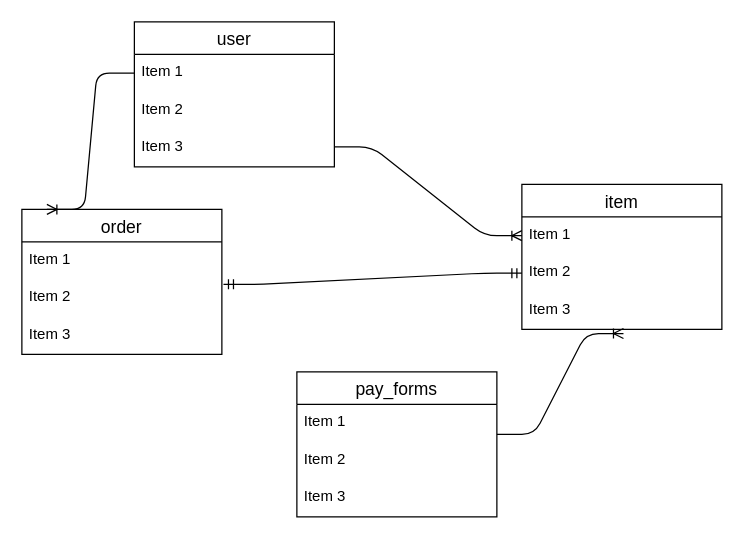
This is e-r図.dio from 42117-tech-takafumi/furima-42117, a draw.io file, before an edit. Source tidied: cells renumbered, new cells numbered last; positions are measured from the earlier drawing's top-left corner, leaving out a move shared by most shapes. Both pictures are drawn from the tidied source at 125%, with x=0, y=0 at pixel (-129, 21).
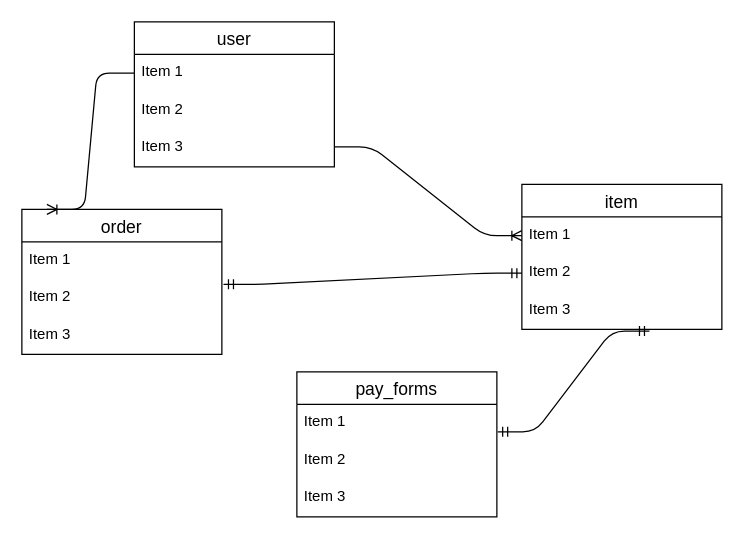
After the change.

Commit message (it also covers changes not shown here):
データベース設計_テーブル設計、e-r図_修正

The change refers to these unchanged cells:
```xml
<mxCell id="9" value="Item 3" style="text;strokeColor=none;fillColor=none;spacingLeft=4;spacingRight=4;overflow=hidden;points=[[0,0.5],[1,0.5]];portConstraint=eastwest;fontSize=12;whiteSpace=wrap;html=1;" parent="6" vertex="1">
  <mxGeometry y="86" width="160" height="30" as="geometry" />
</mxCell>
<mxCell id="15" value="Item 1" style="text;strokeColor=none;fillColor=none;spacingLeft=4;spacingRight=4;overflow=hidden;points=[[0,0.5],[1,0.5]];portConstraint=eastwest;fontSize=12;whiteSpace=wrap;html=1;" parent="14" vertex="1">
  <mxGeometry y="26" width="160" height="30" as="geometry" />
</mxCell>
```

Diff of the diagram source:
```diff
@@
-    <mxCell id="21" style="edgeStyle=entityRelationEdgeStyle;fontSize=12;html=1;endArrow=ERoneToMany;entryX=0.508;entryY=1.111;entryDx=0;entryDy=0;entryPerimeter=0;" parent="1" edge="1" target="9">
-      <mxGeometry relative="1" as="geometry">
-        <mxPoint x="500" y="330" as="sourcePoint" />
-        <Array as="points">
-          <mxPoint x="540" y="330" />
-          <mxPoint x="560" y="350" />
-          <mxPoint x="560" y="350" />
-          <mxPoint x="560" y="380" />
-          <mxPoint x="520" y="390" />
-        </Array>
-      </mxGeometry>
+    <mxCell id="21" style="edgeStyle=entityRelationEdgeStyle;fontSize=12;html=1;endArrow=ERmandOne;startArrow=ERmandOne;entryX=0.638;entryY=1.044;entryDx=0;entryDy=0;exitX=1.004;exitY=0.733;exitDx=0;exitDy=0;exitPerimeter=0;entryPerimeter=0;" parent="1" edge="1" source="15" target="9">
+      <mxGeometry relative="1" as="geometry" />
     </mxCell>
```
